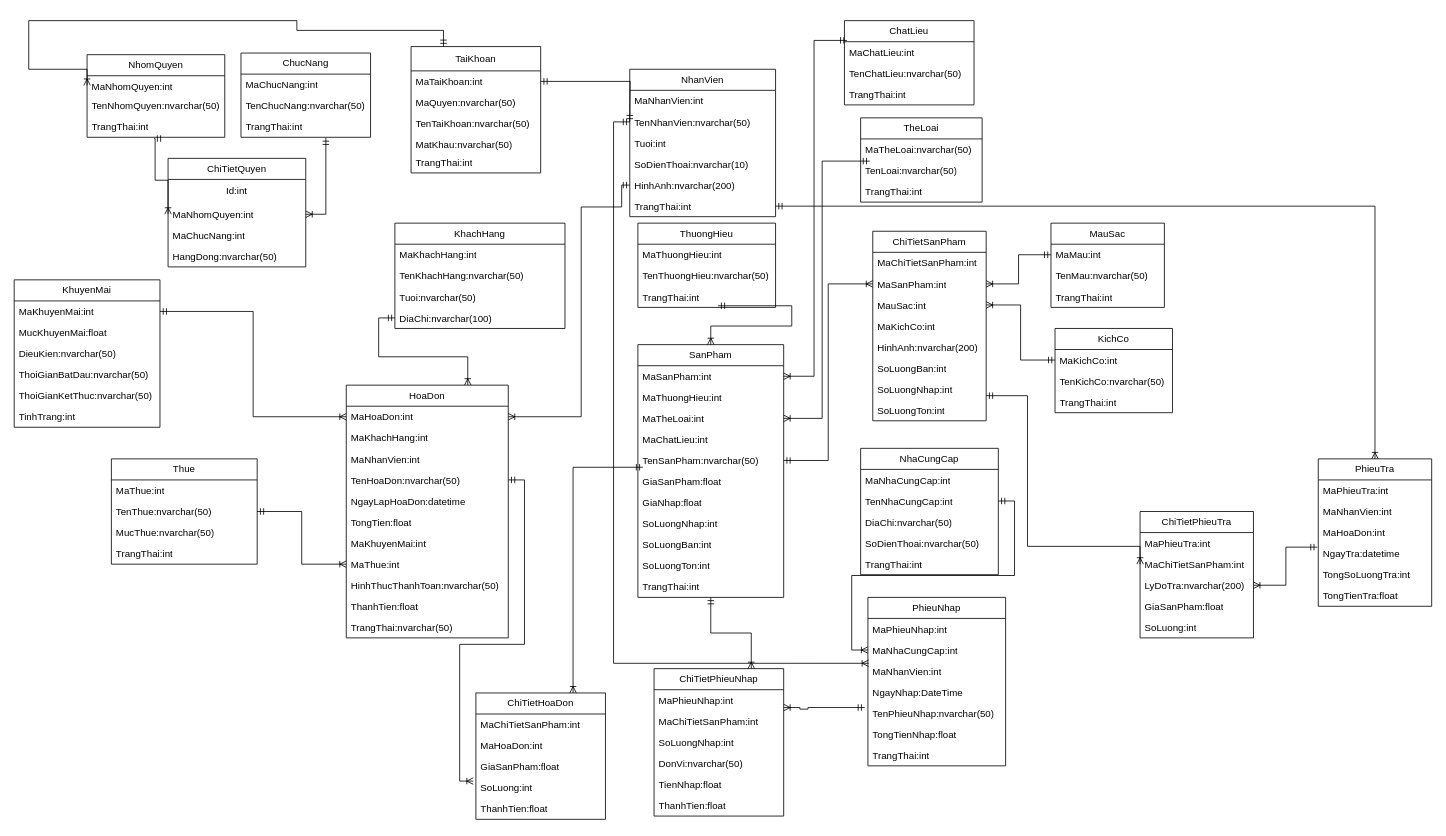
This is Biểu đồ không có tiêu đề (1).drawio from maivantai2003/SportStoreManager, a draw.io file, before an edit. Source tidied: cells renumbered, new cells numbered last; positions are measured from the earlier drawing's top-left corner, leaving out a move shared by most shapes. Both pictures are drawn from the tidied source at 81%, with x=0, y=0 at pixel (14, 20).
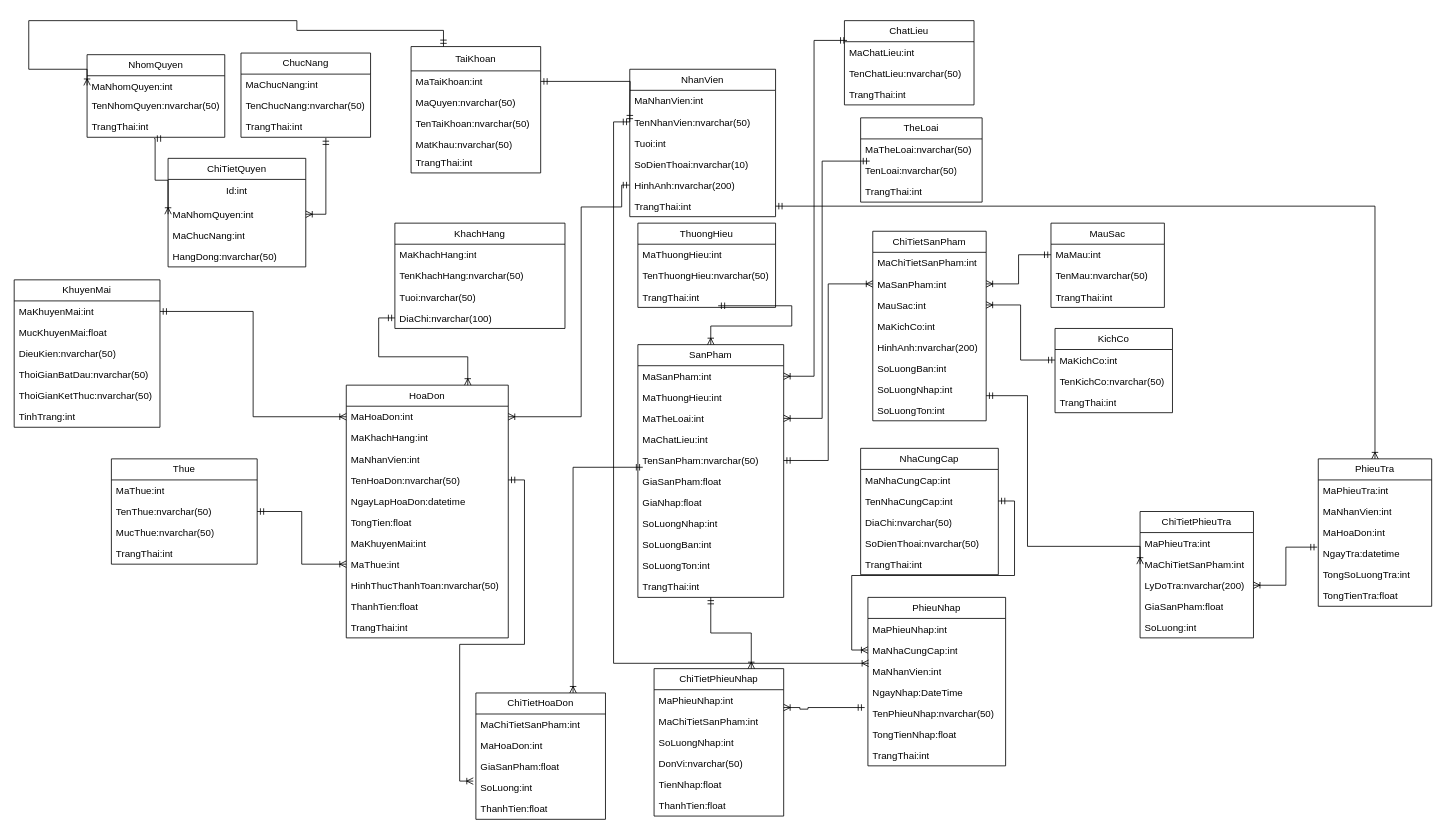
Above is the later version.

Commit message:
Cập nhật Biểu đồ không có tiêu đề (1).drawio

The change refers to these unchanged cells:
```xml
<mxCell id="89" value="HoaDon" style="swimlane;fontStyle=0;horizontal=1;startSize=26;fillColor=none;whiteSpace=wrap;html=1;" parent="1" vertex="1">
  <mxGeometry x="410" y="450" width="200" height="312" as="geometry" />
</mxCell>
```

The edit, as a diff of the source:
```diff
@@
-    <mxCell id="100" value="TrangThai:nvarchar(50)" style="text;strokeColor=none;fillColor=none;align=left;verticalAlign=top;spacingLeft=4;spacingRight=4;overflow=hidden;whiteSpace=wrap;html=1;" parent="89" vertex="1">
+    <mxCell id="100" value="TrangThai:int" style="text;strokeColor=none;fillColor=none;align=left;verticalAlign=top;spacingLeft=4;spacingRight=4;overflow=hidden;whiteSpace=wrap;html=1;" parent="89" vertex="1">
       <mxGeometry y="286" width="200" height="26" as="geometry" />
     </mxCell>
```
